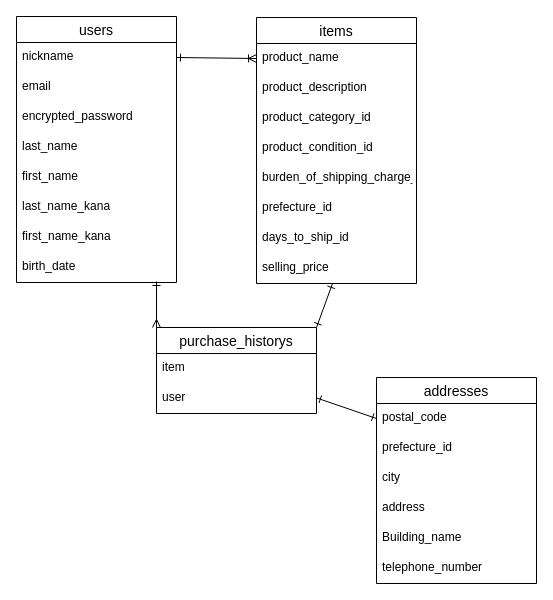
This is FURIMA-37117.dio from nakayoshi11/furima-37117, a draw.io file, before an edit. Source tidied: cells renumbered, new cells numbered last; positions are measured from the earlier drawing's top-left corner, leaving out a move shared by most shapes. Both pictures are drawn from the tidied source at 100%, with x=0, y=0 at pixel (16, 16).
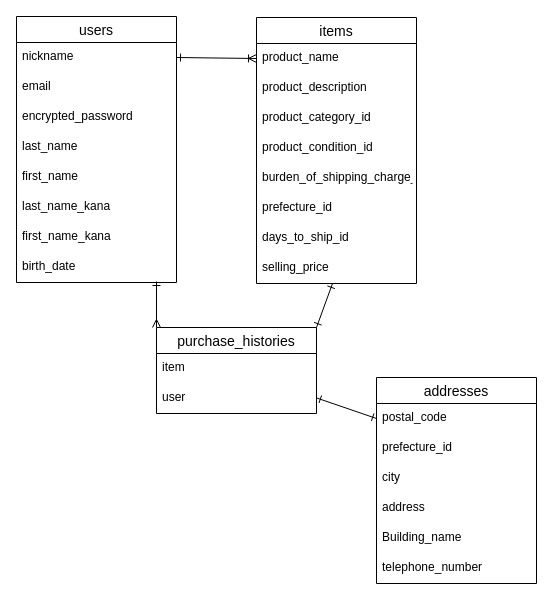
The same diagram, later.

Commit message (it also covers changes not shown here):
データベース設計修正commit4

What changed in the source:
```diff
@@
-    <mxCell id="30" value="purchase_historys" style="swimlane;fontStyle=0;horizontal=1;startSize=26;align=center;fontSize=14;" parent="1" vertex="1">
+    <mxCell id="30" value="purchase_histories" style="swimlane;fontStyle=0;horizontal=1;startSize=26;align=center;fontSize=14;" parent="1" vertex="1">
       <mxGeometry x="140" y="311" width="160" height="86" as="geometry" />
     </mxCell>
```
